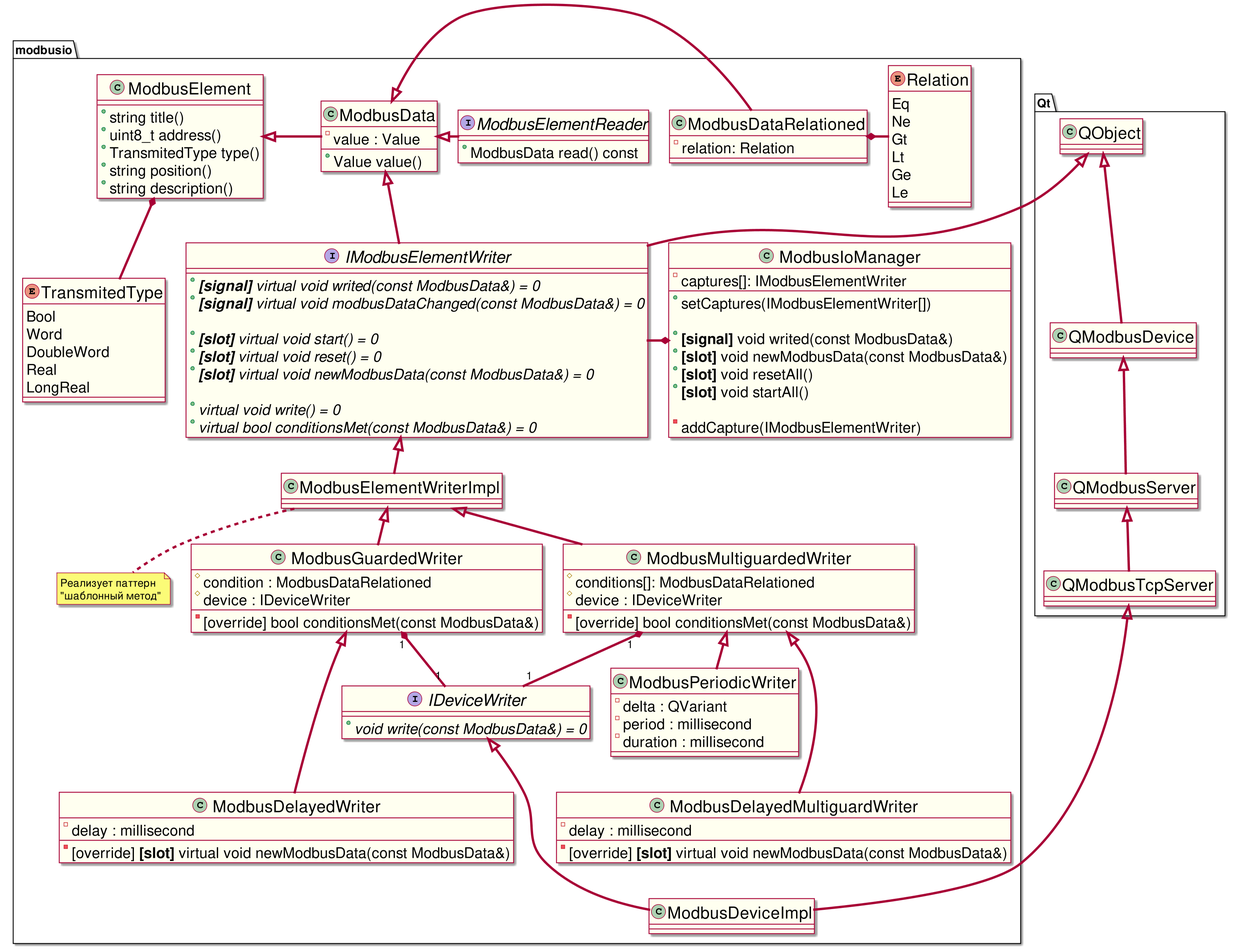
The PlantUML diagram Dissertation/images/modbus_class_relationship.png in UlrichVonRekkenin/PhdLaTeX, before a commit.
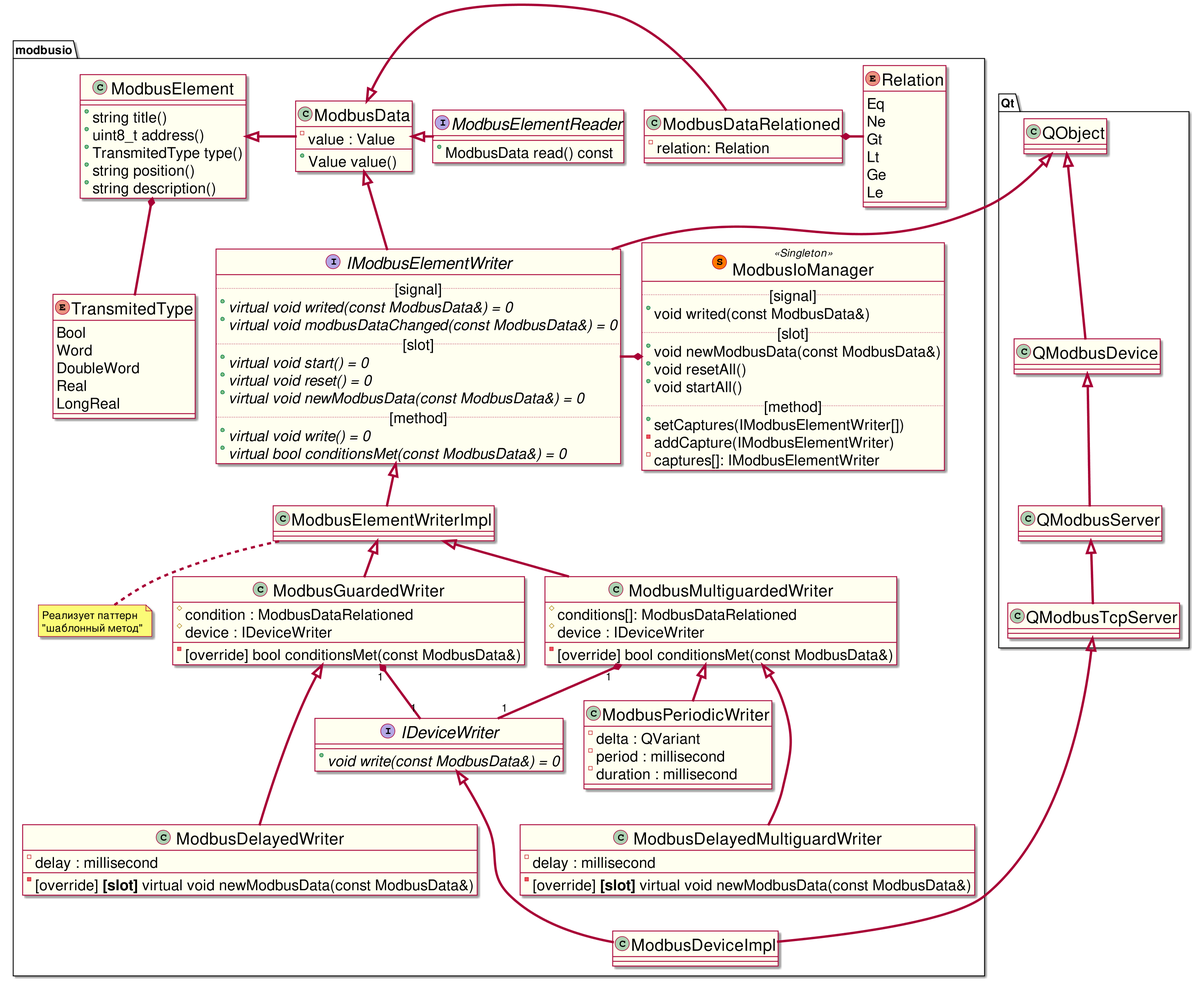
The same file after the commit.

What changed in the source:
```diff
@@ -54,14 +54,15 @@
     IDeviceWriter <|--- ModbusDeviceImpl
     Qt.QModbusTcpServer <|-- ModbusDeviceImpl
 
-    class ModbusIoManager {
+    class ModbusIoManager << (S,#FF7700) Singleton >> {
+        ..[signal]..
+        + void writed(const ModbusData&)
+        ..[slot]..
+        + void newModbusData(const ModbusData&)
+        + void resetAll()
+        + void startAll()
+        ..[method]..
         + setCaptures(IModbusElementWriter[])
-
-        + **[signal]** void writed(const ModbusData&)
-        + **[slot]** void newModbusData(const ModbusData&)
-        + **[slot]** void resetAll()
-        + **[slot]** void startAll()
-
         - addCapture(IModbusElementWriter)
         - captures[]: IModbusElementWriter
     }
@@ -84,13 +85,14 @@
     }
 
     interface IModbusElementWriter {
-        + {abstract} **[signal]** virtual void writed(const ModbusData&) = 0
-        + {abstract} **[signal]** virtual void modbusDataChanged(const ModbusData&) = 0
-
-        + {abstract} **[slot]** virtual void start() = 0
-        + {abstract} **[slot]** virtual void reset() = 0
-        + {abstract} **[slot]** virtual void newModbusData(const ModbusData&) = 0
-
+        ..[signal]..
+        + {abstract} virtual void writed(const ModbusData&) = 0
+        + {abstract} virtual void modbusDataChanged(const ModbusData&) = 0
+        ..[slot]..
+        + {abstract} virtual void start() = 0
+        + {abstract} virtual void reset() = 0
+        + {abstract} virtual void newModbusData(const ModbusData&) = 0
+        ..[method]..
         + {abstract} virtual void write() = 0
         + {abstract} virtual bool conditionsMet(const ModbusData&) = 0
     }
```
